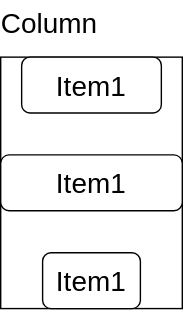
Before: src/layout/assets/column_spacing.drawio.svg, a diagram exported from draw.io (JL710/iced-guide). Source tidied: cells renumbered, new cells last; positions are measured from the earlier drawing's top-left corner, leaving out a move shared by most shapes.
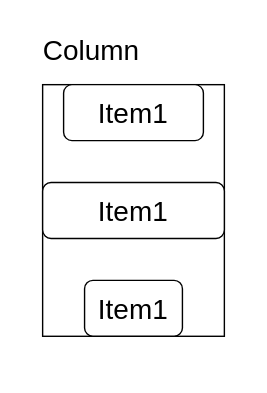
The same diagram one commit later.

Diff of the diagram source:
```diff
@@ -2,6 +2,9 @@
   <root>
     <mxCell id="0" />
     <mxCell id="1" parent="0" />
+    <mxCell id="7" style="rounded=0;whiteSpace=wrap;html=1;strokeColor=none;" parent="1" vertex="1">
+      <mxGeometry x="-30" y="-20" width="190" height="280" as="geometry" />
+    </mxCell>
     <mxCell id="2" style="rounded=0;whiteSpace=wrap;html=1;hachureGap=4;fontFamily=Architects Daughter;fontSource=https%3A%2F%2Ffonts.googleapis.com%2Fcss%3Ffamily%3DArchitects%2BDaughter;fontSize=20;" parent="1" vertex="1">
       <mxGeometry y="40" width="130" height="180" as="geometry" />
     </mxCell>
```
